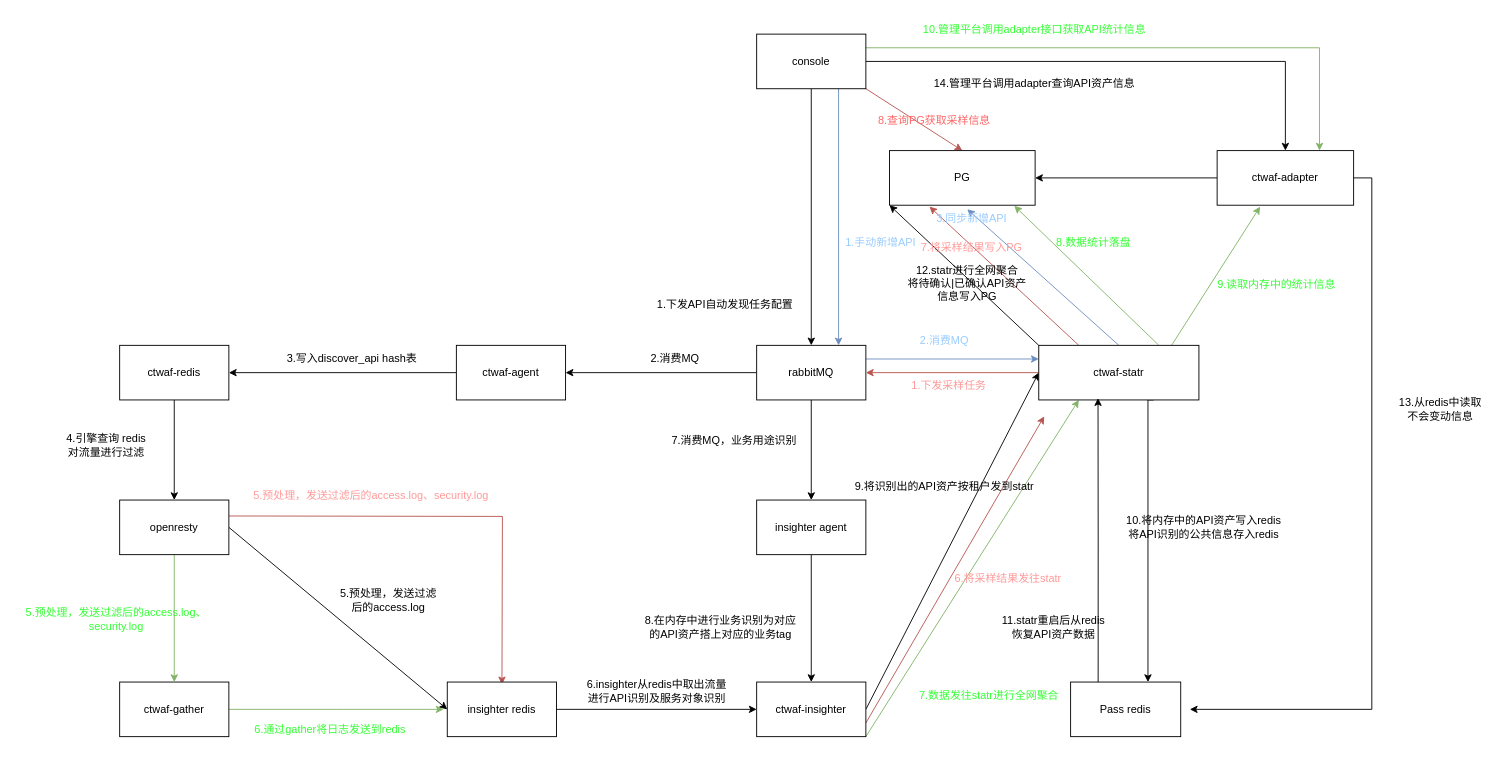
allurelzh/flask_demo keeps this draw.io diagram as 未命名绘图.drawio. Above is the earlier version. Source tidied: cells renumbered, new cells numbered last; positions are measured from the earlier drawing's top-left corner, leaving out a move shared by most shapes. Both pictures are drawn from the tidied source at 91%, with x=0, y=0 at pixel (15, 15).
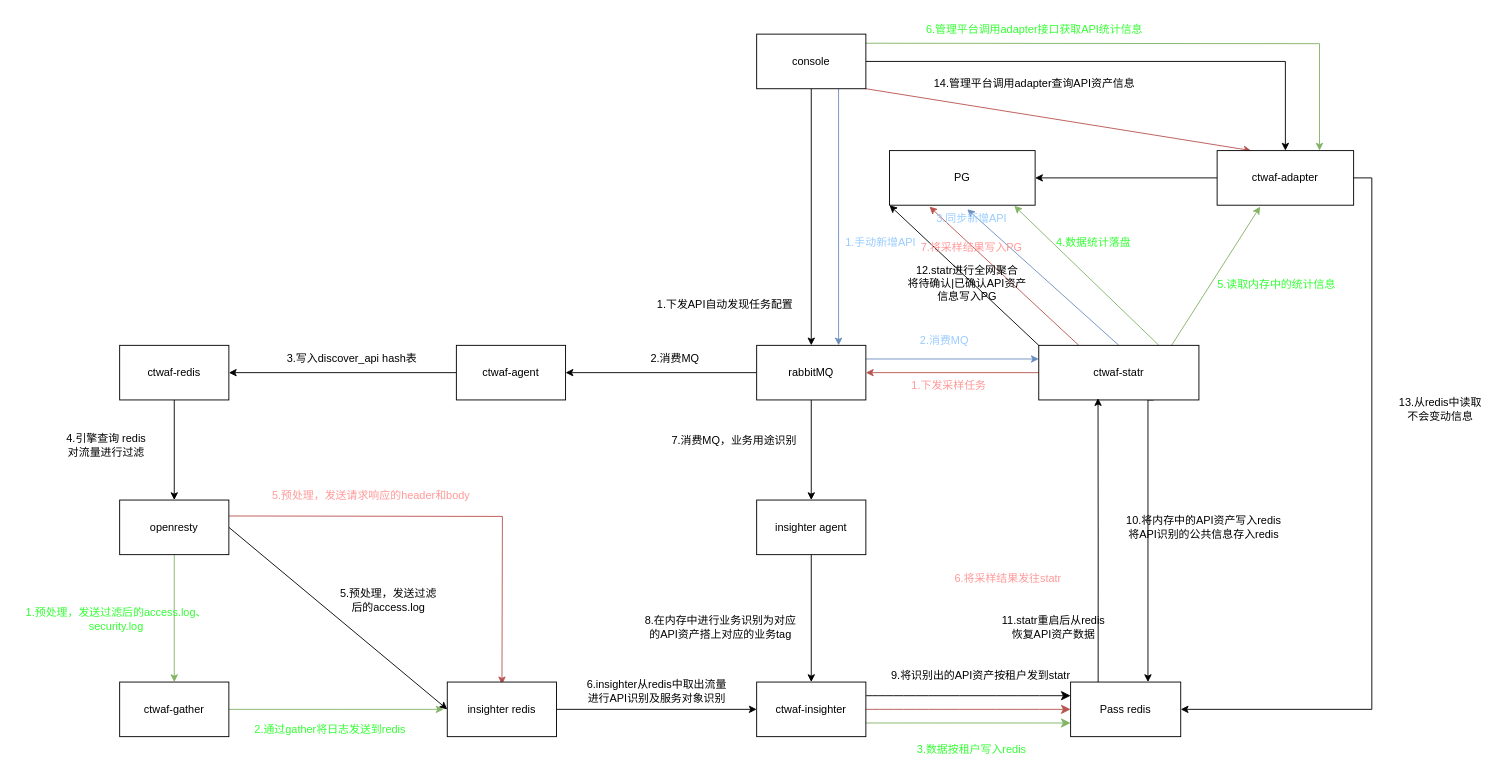
After the change.

Commit message:
更新未命名绘图.drawio

The change refers to these unchanged cells:
```xml
<mxCell id="13" value="console" style="rounded=0;whiteSpace=wrap;html=1;" parent="1" vertex="1">
  <mxGeometry x="814" y="20" width="120" height="60" as="geometry" />
</mxCell>
<mxCell id="27" value="ctwaf-insighter" style="rounded=0;whiteSpace=wrap;html=1;" parent="1" vertex="1">
  <mxGeometry x="814" y="732" width="120" height="60" as="geometry" />
</mxCell>
<mxCell id="38" value="Pass redis" style="rounded=0;whiteSpace=wrap;html=1;" parent="1" vertex="1">
  <mxGeometry x="1159" y="732" width="121" height="60" as="geometry" />
</mxCell>
<mxCell id="47" value="ctwaf-statr" style="rounded=0;whiteSpace=wrap;html=1;" parent="1" vertex="1">
  <mxGeometry x="1124" y="362" width="176" height="60" as="geometry" />
</mxCell>
<mxCell id="49" value="PG" style="rounded=0;whiteSpace=wrap;html=1;" parent="1" vertex="1">
  <mxGeometry x="960" y="148" width="160" height="60" as="geometry" />
</mxCell>
<mxCell id="52" value="ctwaf-adapter" style="rounded=0;whiteSpace=wrap;html=1;" parent="1" vertex="1">
  <mxGeometry x="1320" y="148" width="150" height="60" as="geometry" />
</mxCell>
```

Diff of the diagram source:
```diff
@@
-    <mxCell id="11" style="edgeStyle=orthogonalEdgeStyle;rounded=0;jettySize=auto;html=1;exitX=1;exitY=0.25;exitDx=0;exitDy=0;entryX=0.75;entryY=0;entryDx=0;entryDy=0;fillColor=#d5e8d4;strokeColor=#82b366;" parent="1" edge="1" source="13" target="52">
-      <mxGeometry relative="1" as="geometry" />
+    <mxCell id="11" style="edgeStyle=orthogonalEdgeStyle;rounded=0;jettySize=auto;html=1;exitX=1;exitY=0.25;exitDx=0;exitDy=0;entryX=0.75;entryY=0;entryDx=0;entryDy=0;fillColor=#d5e8d4;strokeColor=#82b366;" parent="1" edge="1" target="52">
+      <mxGeometry relative="1" as="geometry">
+        <mxPoint x="934" y="30" as="sourcePoint" />
+      </mxGeometry>
     </mxCell>
-    <mxCell id="12" style="rounded=0;jettySize=auto;html=1;exitX=1;exitY=1;exitDx=0;exitDy=0;entryX=0.5;entryY=0;entryDx=0;entryDy=0;fillColor=#f8cecc;strokeColor=#b85450;" parent="1" edge="1" source="13" target="49">
+    <mxCell id="12" style="rounded=0;jettySize=auto;html=1;exitX=1;exitY=1;exitDx=0;exitDy=0;entryX=0.25;entryY=0;entryDx=0;entryDy=0;fillColor=#f8cecc;strokeColor=#b85450;" parent="1" edge="1" source="13" target="52">
       <mxGeometry relative="1" as="geometry" />
     </mxCell>
@@
-    <mxCell id="24" style="rounded=0;jettySize=auto;html=1;exitX=1;exitY=0.5;exitDx=0;exitDy=0;entryX=0;entryY=0.5;entryDx=0;entryDy=0;" parent="1" edge="1" source="27" target="47">
-      <mxGeometry relative="1" as="geometry" />
-    </mxCell>
-    <mxCell id="25" style="rounded=0;jettySize=auto;html=1;exitX=1;exitY=0.75;exitDx=0;exitDy=0;fillColor=#f8cecc;strokeColor=#b85450;" parent="1" edge="1" source="27">
-      <mxGeometry relative="1" as="geometry">
-        <mxPoint x="1130" y="440" as="targetPoint" />
-      </mxGeometry>
-    </mxCell>
-    <mxCell id="26" style="rounded=0;jettySize=auto;html=1;exitX=1;exitY=1;exitDx=0;exitDy=0;fillColor=#d5e8d4;strokeColor=#82b366;entryX=0.25;entryY=1;entryDx=0;entryDy=0;" parent="1" edge="1" source="27" target="47">
-      <mxGeometry relative="1" as="geometry" />
-    </mxCell>
+    <mxCell id="72" style="edgeStyle=none;curved=1;rounded=0;jettySize=auto;html=1;exitX=1;exitY=0.75;exitDx=0;exitDy=0;entryX=0;entryY=0.75;entryDx=0;entryDy=0;fontSize=12;startSize=8;endSize=8;fillColor=#d5e8d4;strokeColor=#82b366;" parent="1" edge="1" source="27" target="38">
+      <mxGeometry relative="1" as="geometry" />
+    </mxCell>
+    <mxCell id="73" style="edgeStyle=none;curved=1;rounded=0;jettySize=auto;html=1;exitX=1;exitY=0.25;exitDx=0;exitDy=0;entryX=0;entryY=0.25;entryDx=0;entryDy=0;fontSize=12;startSize=8;endSize=8;" parent="1" edge="1" source="27" target="38">
+      <mxGeometry relative="1" as="geometry" />
+    </mxCell>
+    <mxCell id="74" style="edgeStyle=none;curved=1;rounded=0;jettySize=auto;html=1;exitX=1;exitY=0.5;exitDx=0;exitDy=0;entryX=0;entryY=0.5;entryDx=0;entryDy=0;fontSize=12;startSize=8;endSize=8;fillColor=#f8cecc;strokeColor=#b85450;" parent="1" edge="1" source="27" target="38">
+      <mxGeometry relative="1" as="geometry" />
+    </mxCell>
@@
     <mxCell id="39" value="9.将识别出的API资产按租户发到statr" style="text;html=1;align=center;verticalAlign=middle;strokeColor=none;fillColor=none;rotation=0;" parent="1" vertex="1">
-      <mxGeometry x="910" y="502" width="220" height="30" as="geometry" />
+      <mxGeometry x="950" y="710" width="220" height="30" as="geometry" />
     </mxCell>
@@
-    <mxCell id="50" style="edgeStyle=orthogonalEdgeStyle;rounded=0;jettySize=auto;html=1;exitX=1;exitY=0.5;exitDx=0;exitDy=0;" parent="1" edge="1" source="52">
+    <mxCell id="50" style="edgeStyle=orthogonalEdgeStyle;rounded=0;jettySize=auto;html=1;exitX=1;exitY=0.5;exitDx=0;exitDy=0;entryX=1;entryY=0.5;entryDx=0;entryDy=0;" parent="1" edge="1" source="52" target="38">
       <mxGeometry relative="1" as="geometry">
-        <mxPoint x="1290" y="762" as="targetPoint" />
         <Array as="points">
           <mxPoint x="1490" y="178" />
           <mxPoint x="1490" y="762" />
         </Array>
       </mxGeometry>
     </mxCell>
@@
-    <mxCell id="58" value="&lt;font color=&quot;#ff9999&quot;&gt;5.预处理，发送过滤后的access.log、security.log&lt;/font&gt;" style="text;html=1;align=center;verticalAlign=middle;strokeColor=none;fillColor=none;" parent="1" vertex="1">
-      <mxGeometry x="250" y="512" width="280" height="30" as="geometry" />
+    <mxCell id="58" value="&lt;font color=&quot;#ff9999&quot;&gt;5.预处理，发送请求响应的header和body&lt;/font&gt;" style="text;html=1;align=center;verticalAlign=middle;strokeColor=none;fillColor=none;" parent="1" vertex="1">
+      <mxGeometry x="270" y="512" width="240" height="30" as="geometry" />
     </mxCell>
@@
-    <mxCell id="65" value="&lt;font color=&quot;#33ff33&quot;&gt;5.预处理，发送过滤后的access.log、&lt;/font&gt;&lt;div&gt;&lt;font color=&quot;#33ff33&quot;&gt;security.log&lt;/font&gt;&lt;/div&gt;" style="text;html=1;align=center;verticalAlign=middle;strokeColor=none;fillColor=none;" parent="1" vertex="1">
+    <mxCell id="65" value="&lt;font color=&quot;#33ff33&quot;&gt;1.预处理，发送过滤后的access.log、&lt;/font&gt;&lt;div&gt;&lt;font color=&quot;#33ff33&quot;&gt;security.log&lt;/font&gt;&lt;/div&gt;" style="text;html=1;align=center;verticalAlign=middle;strokeColor=none;fillColor=none;" parent="1" vertex="1">
       <mxGeometry y="643" width="220" height="40" as="geometry" />
     </mxCell>
-    <mxCell id="66" value="&lt;font color=&quot;#33ff33&quot;&gt;6.通过gather将日志发送到redis&lt;/font&gt;" style="text;html=1;align=center;verticalAlign=middle;strokeColor=none;fillColor=none;" parent="1" vertex="1">
+    <mxCell id="66" value="&lt;font color=&quot;#33ff33&quot;&gt;2.通过gather将日志发送到redis&lt;/font&gt;" style="text;html=1;align=center;verticalAlign=middle;strokeColor=none;fillColor=none;" parent="1" vertex="1">
       <mxGeometry x="250" y="770" width="190" height="30" as="geometry" />
     </mxCell>
-    <mxCell id="67" value="&lt;font color=&quot;#33ff33&quot;&gt;7.数据发往statr进行全网聚合&lt;/font&gt;" style="text;html=1;align=center;verticalAlign=middle;strokeColor=none;fillColor=none;" parent="1" vertex="1">
-      <mxGeometry x="979" y="732" width="180" height="30" as="geometry" />
+    <mxCell id="67" value="&lt;font color=&quot;#33ff33&quot;&gt;3.数据按租户写入redis&lt;/font&gt;" style="text;html=1;align=center;verticalAlign=middle;strokeColor=none;fillColor=none;" parent="1" vertex="1">
+      <mxGeometry x="980" y="792" width="140" height="30" as="geometry" />
     </mxCell>
-    <mxCell id="68" value="&lt;font color=&quot;#33ff33&quot;&gt;8.数据统计落盘&lt;/font&gt;" style="text;html=1;align=center;verticalAlign=middle;strokeColor=none;fillColor=none;" parent="1" vertex="1">
+    <mxCell id="68" value="&lt;font color=&quot;#33ff33&quot;&gt;4.数据统计落盘&lt;/font&gt;" style="text;html=1;align=center;verticalAlign=middle;strokeColor=none;fillColor=none;" parent="1" vertex="1">
       <mxGeometry x="1129" y="234" width="110" height="30" as="geometry" />
     </mxCell>
-    <mxCell id="69" value="&lt;font color=&quot;#33ff33&quot;&gt;9.读取内存中的统计信息&lt;/font&gt;" style="text;html=1;align=center;verticalAlign=middle;strokeColor=none;fillColor=none;" parent="1" vertex="1">
+    <mxCell id="69" value="&lt;font color=&quot;#33ff33&quot;&gt;5.读取内存中的统计信息&lt;/font&gt;" style="text;html=1;align=center;verticalAlign=middle;strokeColor=none;fillColor=none;" parent="1" vertex="1">
       <mxGeometry x="1310" y="280" width="150" height="30" as="geometry" />
     </mxCell>
-    <mxCell id="70" value="&lt;font color=&quot;#33ff33&quot;&gt;10.管理平台调用adapter接口获取API统计信息&lt;/font&gt;" style="text;html=1;align=center;verticalAlign=middle;strokeColor=none;fillColor=none;" parent="1" vertex="1">
-      <mxGeometry x="984" width="270" height="30" as="geometry" />
+    <mxCell id="70" value="&lt;font color=&quot;#33ff33&quot;&gt;6.管理平台调用adapter接口获取API统计信息&lt;/font&gt;" style="text;html=1;align=center;verticalAlign=middle;strokeColor=none;fillColor=none;" parent="1" vertex="1">
+      <mxGeometry x="989" width="260" height="30" as="geometry" />
     </mxCell>
-    <mxCell id="71" value="&lt;font color=&quot;#ff6666&quot;&gt;8.查询PG获取采样信息&lt;/font&gt;" style="text;html=1;align=center;verticalAlign=middle;strokeColor=none;fillColor=none;" parent="1" vertex="1">
-      <mxGeometry x="934" y="100" width="150" height="30" as="geometry" />
-    </mxCell>
```
